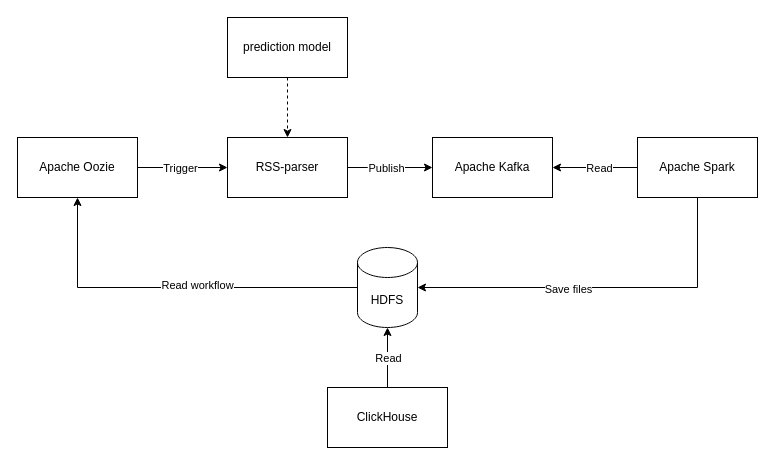
The draw.io diagram docs/diagram.drawio in atdushi/news_analysis, before the edit. Source tidied: cells renumbered, new cells numbered last; positions are measured from the earlier drawing's top-left corner, leaving out a move shared by most shapes. Both pictures are drawn from the tidied source at 100%, with x=0, y=0 at pixel (17, 17).
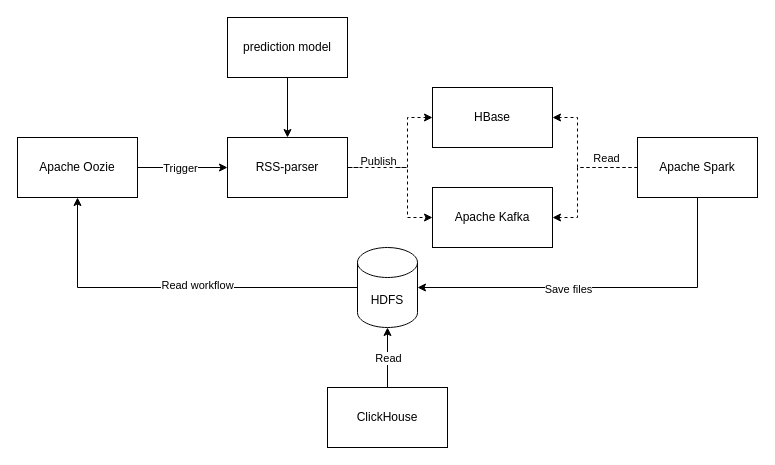
Above is the later version.

The change refers to these unchanged cells:
```xml
<mxCell id="6" value="prediction model" style="rounded=0;whiteSpace=wrap;html=1;" parent="1" vertex="1">
  <mxGeometry x="210" width="120" height="60" as="geometry" />
</mxCell>
<mxCell id="9" value="RSS-parser" style="rounded=0;whiteSpace=wrap;html=1;" parent="1" vertex="1">
  <mxGeometry x="210" y="120" width="120" height="60" as="geometry" />
</mxCell>
<mxCell id="15" value="Apache Spark" style="rounded=0;whiteSpace=wrap;html=1;" parent="1" vertex="1">
  <mxGeometry x="620" y="120" width="120" height="60" as="geometry" />
</mxCell>
```

Diff of the diagram source:
```diff
@@
-    <mxCell id="5" style="edgeStyle=orthogonalEdgeStyle;rounded=0;jettySize=auto;html=1;entryX=0.5;entryY=0;entryDx=0;entryDy=0;dashed=1;" parent="1" edge="1" source="6" target="9">
+    <mxCell id="5" style="edgeStyle=orthogonalEdgeStyle;rounded=0;jettySize=auto;html=1;entryX=0.5;entryY=0;entryDx=0;entryDy=0;" parent="1" edge="1" source="6" target="9">
       <mxGeometry relative="1" as="geometry" />
     </mxCell>
@@
-    <mxCell id="7" style="edgeStyle=orthogonalEdgeStyle;rounded=0;jettySize=auto;html=1;" parent="1" edge="1" source="9" target="10">
+    <mxCell id="7" style="edgeStyle=orthogonalEdgeStyle;rounded=0;jettySize=auto;html=1;entryX=0;entryY=0.5;entryDx=0;entryDy=0;dashed=1;" parent="1" edge="1" target="10">
       <mxGeometry relative="1" as="geometry">
+        <mxPoint x="330" y="140" as="sourcePoint" />
         <Array as="points">
-          <mxPoint x="350" y="150" />
-          <mxPoint x="350" y="150" />
+          <mxPoint x="330" y="150" />
+          <mxPoint x="390" y="150" />
+          <mxPoint x="390" y="200" />
         </Array>
       </mxGeometry>
     </mxCell>
     <mxCell id="8" value="Publish" style="edgeLabel;html=1;align=center;verticalAlign=middle;fontSize=11;" parent="7" vertex="1">
       <mxGeometry x="0.2" y="-1" relative="1" as="geometry">
-        <mxPoint x="-13" y="-1" as="offset" />
+        <mxPoint x="-29" y="-24" as="offset" />
       </mxGeometry>
     </mxCell>
+    <mxCell id="22" style="edgeStyle=orthogonalEdgeStyle;rounded=0;jettySize=auto;html=1;entryX=0;entryY=0.5;entryDx=0;entryDy=0;dashed=1;" parent="1" edge="1" source="9" target="24">
+      <mxGeometry relative="1" as="geometry">
+        <Array as="points">
+          <mxPoint x="390" y="150" />
+          <mxPoint x="390" y="100" />
+        </Array>
+      </mxGeometry>
+    </mxCell>
@@
     <mxCell id="10" value="Apache Kafka" style="rounded=0;whiteSpace=wrap;html=1;" parent="1" vertex="1">
-      <mxGeometry x="415" y="120" width="120" height="60" as="geometry" />
+      <mxGeometry x="415" y="170" width="120" height="60" as="geometry" />
     </mxCell>
-    <mxCell id="11" style="edgeStyle=orthogonalEdgeStyle;rounded=0;jettySize=auto;html=1;entryX=1;entryY=0.5;entryDx=0;entryDy=0;" parent="1" edge="1" source="15" target="10">
-      <mxGeometry relative="1" as="geometry" />
+    <mxCell id="11" style="edgeStyle=orthogonalEdgeStyle;rounded=0;jettySize=auto;html=1;entryX=1;entryY=0.5;entryDx=0;entryDy=0;dashed=1;" parent="1" edge="1" source="15" target="10">
+      <mxGeometry relative="1" as="geometry">
+        <Array as="points">
+          <mxPoint x="560" y="150" />
+          <mxPoint x="560" y="200" />
+        </Array>
+      </mxGeometry>
     </mxCell>
     <mxCell id="12" value="Read" style="edgeLabel;html=1;align=center;verticalAlign=middle;" parent="11" vertex="1">
       <mxGeometry x="-0.27" y="-1" relative="1" as="geometry">
-        <mxPoint x="-8" y="1" as="offset" />
+        <mxPoint x="17" y="-9" as="offset" />
       </mxGeometry>
     </mxCell>
@@
+    <mxCell id="23" style="edgeStyle=orthogonalEdgeStyle;rounded=0;jettySize=auto;html=1;entryX=1;entryY=0.5;entryDx=0;entryDy=0;dashed=1;" parent="1" edge="1" source="15" target="24">
+      <mxGeometry relative="1" as="geometry">
+        <Array as="points">
+          <mxPoint x="560" y="150" />
+          <mxPoint x="560" y="100" />
+        </Array>
+      </mxGeometry>
+    </mxCell>
@@
+    <mxCell id="24" value="HBase" style="rounded=0;whiteSpace=wrap;html=1;" parent="1" vertex="1">
+      <mxGeometry x="415" y="70" width="120" height="60" as="geometry" />
+    </mxCell>
```
